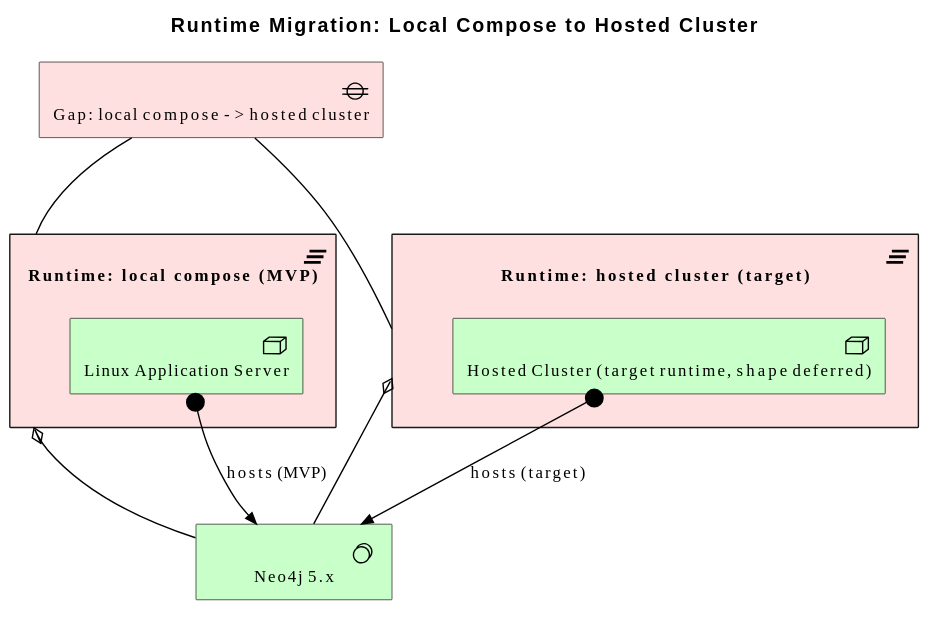
Above: architecture/model/diagrams/technology/runtime-migration.svg in wolffy-au/frictionless-architect (PlantUML), before the change. Its diagram source:
```plantuml
@startuml
!include <archimate/Archimate>

title Runtime Migration: Local Compose to Hosted Cluster

Technology_SystemSoftware(e_id625e631f1f715e, "Neo4j 5.x")
Implementation_Plateau(e_id41f19d1f4d8e57, "Runtime: local compose (MVP)") {
  Technology_Node(e_id87c8b07cea4751, "Linux Application Server")
}
Implementation_Plateau(e_iddb3e8c90fede5c, "Runtime: hosted cluster (target)") {
  Technology_Node(e_id77a3094245ca50, "Hosted Cluster (target runtime, shape deferred)")
}
Implementation_Gap(e_idb79cfd9d701c52, "Gap: local compose -> hosted cluster")

Rel_Assignment(e_id87c8b07cea4751, e_id625e631f1f715e, "hosts (MVP)")
Rel_Assignment(e_id77a3094245ca50, e_id625e631f1f715e, "hosts (target)")
Rel_Aggregation(e_id41f19d1f4d8e57, e_id625e631f1f715e, "")
Rel_Aggregation(e_iddb3e8c90fede5c, e_id625e631f1f715e, "")
Rel_Association(e_idb79cfd9d701c52, e_id41f19d1f4d8e57, "")
Rel_Association(e_idb79cfd9d701c52, e_iddb3e8c90fede5c, "")
@enduml
```
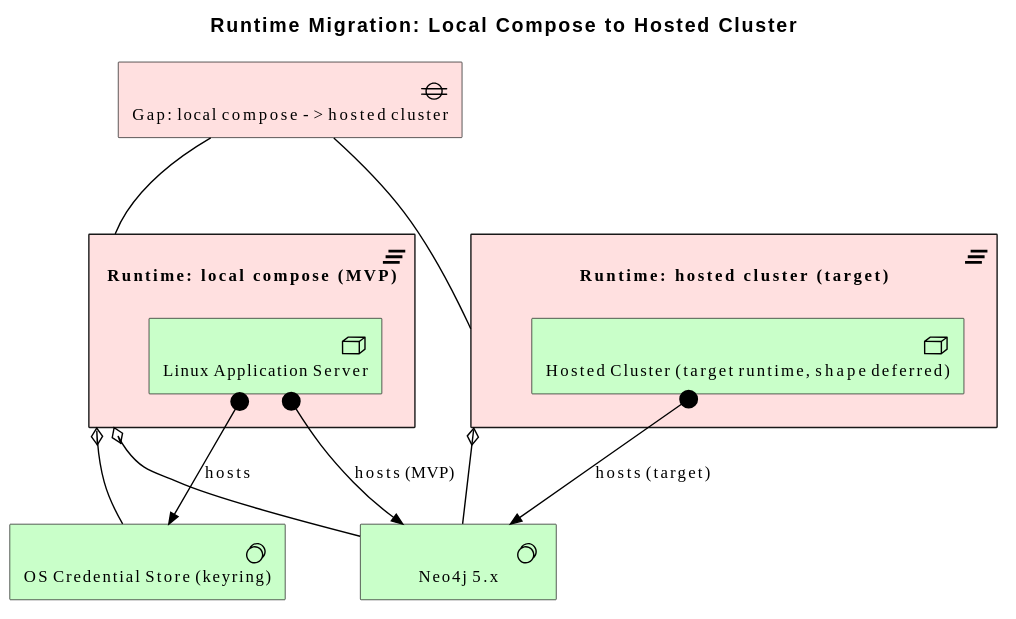
After the commit.

Commit message:
fix(architecture): add sw-keyring to runtime-migration view

What changed in the source:
```diff
@@ -4,6 +4,7 @@
 title Runtime Migration: Local Compose to Hosted Cluster
 
 Technology_SystemSoftware(e_id625e631f1f715e, "Neo4j 5.x")
+Technology_SystemSoftware(e_id35bf5bb401c95c, "OS Credential Store (keyring)")
 Implementation_Plateau(e_id41f19d1f4d8e57, "Runtime: local compose (MVP)") {
   Technology_Node(e_id87c8b07cea4751, "Linux Application Server")
 }
@@ -14,7 +15,9 @@
 
 Rel_Assignment(e_id87c8b07cea4751, e_id625e631f1f715e, "hosts (MVP)")
 Rel_Assignment(e_id77a3094245ca50, e_id625e631f1f715e, "hosts (target)")
+Rel_Assignment(e_id87c8b07cea4751, e_id35bf5bb401c95c, "hosts")
 Rel_Aggregation(e_id41f19d1f4d8e57, e_id625e631f1f715e, "")
+Rel_Aggregation(e_id41f19d1f4d8e57, e_id35bf5bb401c95c, "")
 Rel_Aggregation(e_iddb3e8c90fede5c, e_id625e631f1f715e, "")
 Rel_Association(e_idb79cfd9d701c52, e_id41f19d1f4d8e57, "")
 Rel_Association(e_idb79cfd9d701c52, e_iddb3e8c90fede5c, "")
```
